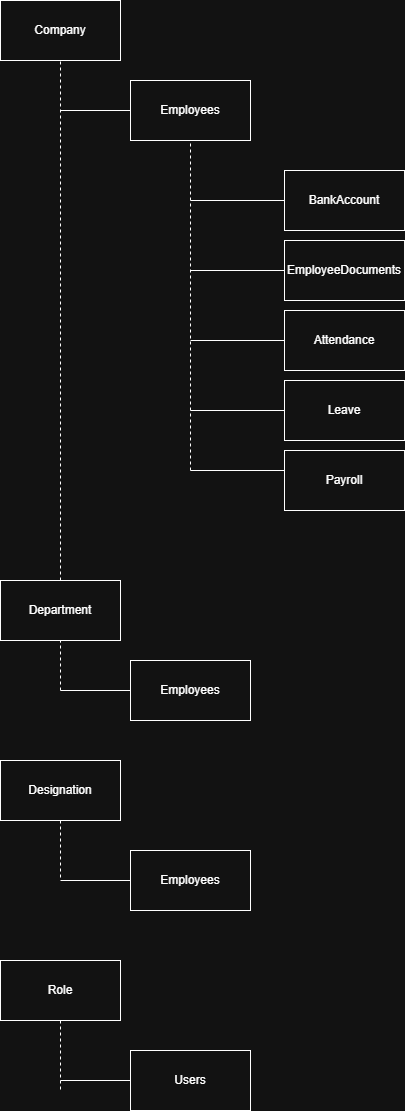
Before: docs/hrms_erd.drawio.png, a diagram exported from draw.io (loveshsingh/hrms). Source tidied: cells renumbered, new cells last; positions are measured from the earlier drawing's top-left corner, leaving out a move shared by most shapes. Source of this version:
```xml
<mxGraphModel>
  <root>
    <mxCell id="0" />
    <mxCell id="1" parent="0" />
    <mxCell id="2" value="Company" style="rounded=0;whiteSpace=wrap;html=1;" parent="1" vertex="1">
      <mxGeometry width="120" height="60" as="geometry" />
    </mxCell>
    <mxCell id="3" value="Users" style="rounded=0;whiteSpace=wrap;html=1;" parent="1" vertex="1">
      <mxGeometry x="130" y="1050" width="120" height="60" as="geometry" />
    </mxCell>
    <mxCell id="4" value="Role" style="rounded=0;whiteSpace=wrap;html=1;" parent="1" vertex="1">
      <mxGeometry y="960" width="120" height="60" as="geometry" />
    </mxCell>
    <mxCell id="5" value="Employees" style="rounded=0;whiteSpace=wrap;html=1;" parent="1" vertex="1">
      <mxGeometry x="130" y="80" width="120" height="60" as="geometry" />
    </mxCell>
    <mxCell id="6" value="Department" style="rounded=0;whiteSpace=wrap;html=1;" parent="1" vertex="1">
      <mxGeometry y="580" width="120" height="60" as="geometry" />
    </mxCell>
    <mxCell id="7" value="Designation" style="rounded=0;whiteSpace=wrap;html=1;" parent="1" vertex="1">
      <mxGeometry y="760" width="120" height="60" as="geometry" />
    </mxCell>
    <mxCell id="8" value="Attendance" style="rounded=0;whiteSpace=wrap;html=1;" parent="1" vertex="1">
      <mxGeometry x="284" y="310" width="120" height="60" as="geometry" />
    </mxCell>
    <mxCell id="9" value="Leave" style="rounded=0;whiteSpace=wrap;html=1;" parent="1" vertex="1">
      <mxGeometry x="284" y="380" width="120" height="60" as="geometry" />
    </mxCell>
    <mxCell id="10" value="Payroll" style="rounded=0;whiteSpace=wrap;html=1;" parent="1" vertex="1">
      <mxGeometry x="284" y="450" width="120" height="60" as="geometry" />
    </mxCell>
    <mxCell id="11" value="BankAccount" style="rounded=0;whiteSpace=wrap;html=1;" parent="1" vertex="1">
      <mxGeometry x="284" y="170" width="120" height="60" as="geometry" />
    </mxCell>
    <mxCell id="12" value="EmployeeDocuments" style="rounded=0;whiteSpace=wrap;html=1;" parent="1" vertex="1">
      <mxGeometry x="284" y="240" width="120" height="60" as="geometry" />
    </mxCell>
    <mxCell id="13" value="Employees" style="rounded=0;whiteSpace=wrap;html=1;" parent="1" vertex="1">
      <mxGeometry x="130" y="660" width="120" height="60" as="geometry" />
    </mxCell>
    <mxCell id="14" value="Employees" style="rounded=0;whiteSpace=wrap;html=1;" parent="1" vertex="1">
      <mxGeometry x="130" y="850" width="120" height="60" as="geometry" />
    </mxCell>
    <mxCell id="15" style="endArrow=none;dashed=1;html=1;rounded=0;entryX=0.5;entryY=1;entryDx=0;entryDy=0;exitX=0.5;exitY=0;exitDx=0;exitDy=0;" parent="1" edge="1" source="6" target="2">
      <mxGeometry relative="1" as="geometry" />
    </mxCell>
    <mxCell id="16" style="endArrow=none;dashed=1;html=1;rounded=0;entryX=0.5;entryY=1;entryDx=0;entryDy=0;" parent="1" edge="1" target="5">
      <mxGeometry relative="1" as="geometry">
        <mxPoint x="190" y="470" as="sourcePoint" />
      </mxGeometry>
    </mxCell>
    <mxCell id="17" style="endArrow=none;dashed=1;html=1;rounded=0;entryX=0.5;entryY=1;entryDx=0;entryDy=0;" parent="1" edge="1" target="6">
      <mxGeometry relative="1" as="geometry">
        <mxPoint x="60" y="690" as="sourcePoint" />
      </mxGeometry>
    </mxCell>
    <mxCell id="18" style="endArrow=none;dashed=1;html=1;rounded=0;exitX=0.5;exitY=1;exitDx=0;exitDy=0;" parent="1" edge="1" source="7">
      <mxGeometry relative="1" as="geometry">
        <mxPoint x="60" y="880" as="targetPoint" />
      </mxGeometry>
    </mxCell>
    <mxCell id="19" style="endArrow=none;dashed=1;html=1;rounded=0;exitX=0.5;exitY=1;exitDx=0;exitDy=0;" parent="1" edge="1" source="4">
      <mxGeometry relative="1" as="geometry">
        <mxPoint x="60" y="1090" as="targetPoint" />
      </mxGeometry>
    </mxCell>
    <mxCell id="20" style="endArrow=none;html=1;rounded=0;exitX=0;exitY=0.5;exitDx=0;exitDy=0;" parent="1" edge="1" source="5">
      <mxGeometry relative="1" as="geometry">
        <mxPoint x="60" y="110" as="targetPoint" />
      </mxGeometry>
    </mxCell>
    <mxCell id="21" style="endArrow=none;html=1;rounded=0;" parent="1" edge="1">
      <mxGeometry relative="1" as="geometry">
        <mxPoint x="190" y="470" as="sourcePoint" />
        <mxPoint x="284" y="470" as="targetPoint" />
      </mxGeometry>
    </mxCell>
    <mxCell id="22" style="endArrow=none;html=1;rounded=0;entryX=0;entryY=0.5;entryDx=0;entryDy=0;" parent="1" edge="1" target="11">
      <mxGeometry relative="1" as="geometry">
        <mxPoint x="190" y="200" as="sourcePoint" />
      </mxGeometry>
    </mxCell>
    <mxCell id="23" style="endArrow=none;html=1;rounded=0;entryX=0;entryY=0.5;entryDx=0;entryDy=0;" parent="1" edge="1" target="12">
      <mxGeometry relative="1" as="geometry">
        <mxPoint x="190" y="270" as="sourcePoint" />
      </mxGeometry>
    </mxCell>
    <mxCell id="24" style="endArrow=none;html=1;rounded=0;entryX=0;entryY=0.5;entryDx=0;entryDy=0;" parent="1" edge="1" target="8">
      <mxGeometry relative="1" as="geometry">
        <mxPoint x="190" y="340" as="sourcePoint" />
      </mxGeometry>
    </mxCell>
    <mxCell id="25" style="endArrow=none;html=1;rounded=0;entryX=0;entryY=0.5;entryDx=0;entryDy=0;" parent="1" edge="1" target="9">
      <mxGeometry relative="1" as="geometry">
        <mxPoint x="190" y="410" as="sourcePoint" />
      </mxGeometry>
    </mxCell>
    <mxCell id="26" style="endArrow=none;html=1;rounded=0;entryX=0;entryY=0.5;entryDx=0;entryDy=0;" parent="1" edge="1" target="13">
      <mxGeometry relative="1" as="geometry">
        <mxPoint x="60" y="690" as="sourcePoint" />
      </mxGeometry>
    </mxCell>
    <mxCell id="27" style="endArrow=none;html=1;rounded=0;entryX=0;entryY=0.5;entryDx=0;entryDy=0;" parent="1" edge="1" target="14">
      <mxGeometry relative="1" as="geometry">
        <mxPoint x="60" y="880" as="sourcePoint" />
      </mxGeometry>
    </mxCell>
    <mxCell id="28" style="endArrow=none;html=1;rounded=0;entryX=0;entryY=0.5;entryDx=0;entryDy=0;" parent="1" edge="1" target="3">
      <mxGeometry relative="1" as="geometry">
        <mxPoint x="60" y="1080" as="sourcePoint" />
      </mxGeometry>
    </mxCell>
  </root>
</mxGraphModel>
```
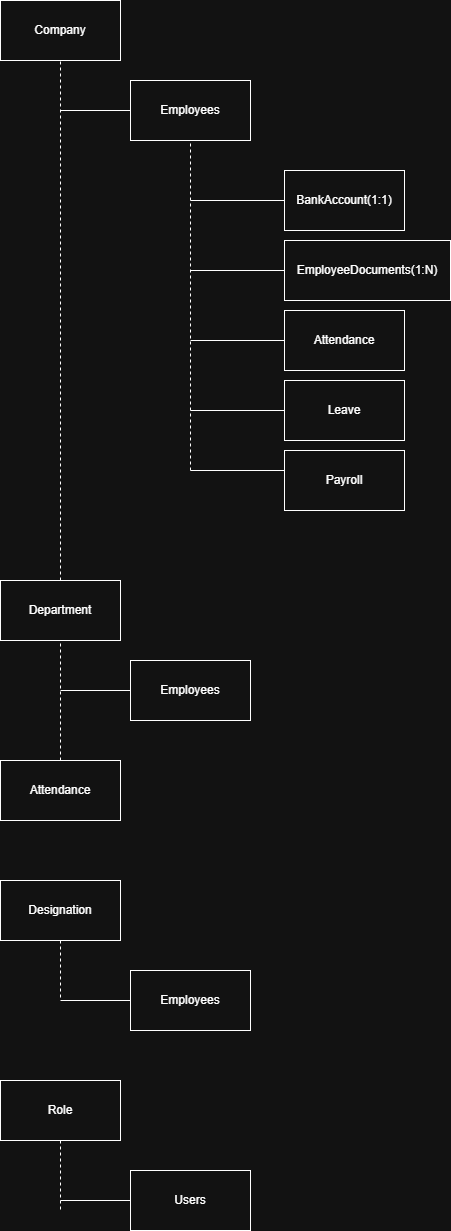
The same diagram one commit later.

Commit message:
feat: add attendance model and relationships

Diff of the diagram source:
```diff
@@ -6,10 +6,10 @@
       <mxGeometry width="120" height="60" as="geometry" />
     </mxCell>
     <mxCell id="3" value="Users" style="rounded=0;whiteSpace=wrap;html=1;" parent="1" vertex="1">
-      <mxGeometry x="130" y="1050" width="120" height="60" as="geometry" />
+      <mxGeometry x="130" y="1170" width="120" height="60" as="geometry" />
     </mxCell>
     <mxCell id="4" value="Role" style="rounded=0;whiteSpace=wrap;html=1;" parent="1" vertex="1">
-      <mxGeometry y="960" width="120" height="60" as="geometry" />
+      <mxGeometry y="1080" width="120" height="60" as="geometry" />
     </mxCell>
     <mxCell id="5" value="Employees" style="rounded=0;whiteSpace=wrap;html=1;" parent="1" vertex="1">
       <mxGeometry x="130" y="80" width="120" height="60" as="geometry" />
@@ -18,7 +18,7 @@
       <mxGeometry y="580" width="120" height="60" as="geometry" />
     </mxCell>
     <mxCell id="7" value="Designation" style="rounded=0;whiteSpace=wrap;html=1;" parent="1" vertex="1">
-      <mxGeometry y="760" width="120" height="60" as="geometry" />
+      <mxGeometry y="880" width="120" height="60" as="geometry" />
     </mxCell>
     <mxCell id="8" value="Attendance" style="rounded=0;whiteSpace=wrap;html=1;" parent="1" vertex="1">
       <mxGeometry x="284" y="310" width="120" height="60" as="geometry" />
@@ -29,17 +29,17 @@
     <mxCell id="10" value="Payroll" style="rounded=0;whiteSpace=wrap;html=1;" parent="1" vertex="1">
       <mxGeometry x="284" y="450" width="120" height="60" as="geometry" />
     </mxCell>
-    <mxCell id="11" value="BankAccount" style="rounded=0;whiteSpace=wrap;html=1;" parent="1" vertex="1">
+    <mxCell id="11" value="BankAccount(1:1)" style="rounded=0;whiteSpace=wrap;html=1;" parent="1" vertex="1">
       <mxGeometry x="284" y="170" width="120" height="60" as="geometry" />
     </mxCell>
-    <mxCell id="12" value="EmployeeDocuments" style="rounded=0;whiteSpace=wrap;html=1;" parent="1" vertex="1">
-      <mxGeometry x="284" y="240" width="120" height="60" as="geometry" />
+    <mxCell id="12" value="EmployeeDocuments(1:N)" style="rounded=0;whiteSpace=wrap;html=1;" parent="1" vertex="1">
+      <mxGeometry x="284" y="240" width="166" height="60" as="geometry" />
     </mxCell>
     <mxCell id="13" value="Employees" style="rounded=0;whiteSpace=wrap;html=1;" parent="1" vertex="1">
       <mxGeometry x="130" y="660" width="120" height="60" as="geometry" />
     </mxCell>
     <mxCell id="14" value="Employees" style="rounded=0;whiteSpace=wrap;html=1;" parent="1" vertex="1">
-      <mxGeometry x="130" y="850" width="120" height="60" as="geometry" />
+      <mxGeometry x="130" y="970" width="120" height="60" as="geometry" />
     </mxCell>
     <mxCell id="15" style="endArrow=none;dashed=1;html=1;rounded=0;entryX=0.5;entryY=1;entryDx=0;entryDy=0;exitX=0.5;exitY=0;exitDx=0;exitDy=0;" parent="1" edge="1" source="6" target="2">
       <mxGeometry relative="1" as="geometry" />
@@ -49,19 +49,17 @@
         <mxPoint x="190" y="470" as="sourcePoint" />
       </mxGeometry>
     </mxCell>
-    <mxCell id="17" style="endArrow=none;dashed=1;html=1;rounded=0;entryX=0.5;entryY=1;entryDx=0;entryDy=0;" parent="1" edge="1" target="6">
-      <mxGeometry relative="1" as="geometry">
-        <mxPoint x="60" y="690" as="sourcePoint" />
-      </mxGeometry>
+    <mxCell id="17" style="endArrow=none;dashed=1;html=1;rounded=0;entryX=0.5;entryY=1;entryDx=0;entryDy=0;exitX=0.5;exitY=0;exitDx=0;exitDy=0;" parent="1" edge="1" source="29" target="6">
+      <mxGeometry relative="1" as="geometry" />
     </mxCell>
     <mxCell id="18" style="endArrow=none;dashed=1;html=1;rounded=0;exitX=0.5;exitY=1;exitDx=0;exitDy=0;" parent="1" edge="1" source="7">
       <mxGeometry relative="1" as="geometry">
-        <mxPoint x="60" y="880" as="targetPoint" />
+        <mxPoint x="60" y="1000" as="targetPoint" />
       </mxGeometry>
     </mxCell>
     <mxCell id="19" style="endArrow=none;dashed=1;html=1;rounded=0;exitX=0.5;exitY=1;exitDx=0;exitDy=0;" parent="1" edge="1" source="4">
       <mxGeometry relative="1" as="geometry">
-        <mxPoint x="60" y="1090" as="targetPoint" />
+        <mxPoint x="60" y="1210" as="targetPoint" />
       </mxGeometry>
     </mxCell>
     <mxCell id="20" style="endArrow=none;html=1;rounded=0;exitX=0;exitY=0.5;exitDx=0;exitDy=0;" parent="1" edge="1" source="5">
@@ -102,13 +100,16 @@
     </mxCell>
     <mxCell id="27" style="endArrow=none;html=1;rounded=0;entryX=0;entryY=0.5;entryDx=0;entryDy=0;" parent="1" edge="1" target="14">
       <mxGeometry relative="1" as="geometry">
-        <mxPoint x="60" y="880" as="sourcePoint" />
+        <mxPoint x="60" y="1000" as="sourcePoint" />
       </mxGeometry>
     </mxCell>
     <mxCell id="28" style="endArrow=none;html=1;rounded=0;entryX=0;entryY=0.5;entryDx=0;entryDy=0;" parent="1" edge="1" target="3">
       <mxGeometry relative="1" as="geometry">
-        <mxPoint x="60" y="1080" as="sourcePoint" />
+        <mxPoint x="60" y="1200" as="sourcePoint" />
       </mxGeometry>
     </mxCell>
+    <mxCell id="29" value="Attendance" style="rounded=0;whiteSpace=wrap;html=1;" parent="1" vertex="1">
+      <mxGeometry y="760" width="120" height="60" as="geometry" />
+    </mxCell>
   </root>
 </mxGraphModel>
```
